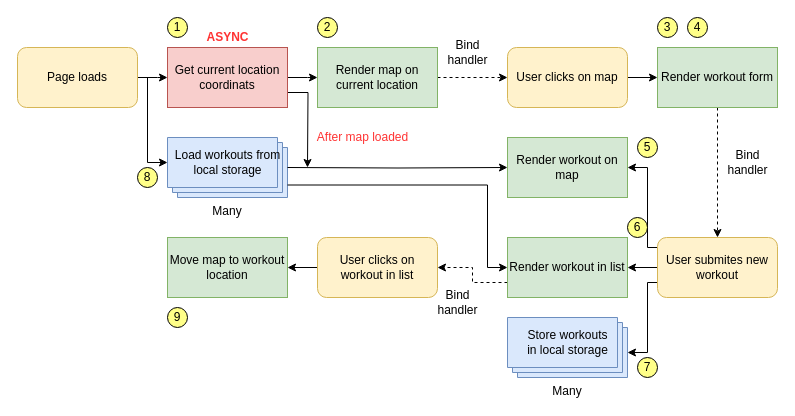
The draw.io diagram 15-Mapty/starter/Untitled Diagram.drawio in zhangji0810/complete-javascript-course, before the edit. Source tidied: cells renumbered, new cells numbered last; positions are measured from the earlier drawing's top-left corner, leaving out a move shared by most shapes. Both pictures are drawn from the tidied source at 100%, with x=0, y=0 at pixel (17, 17).
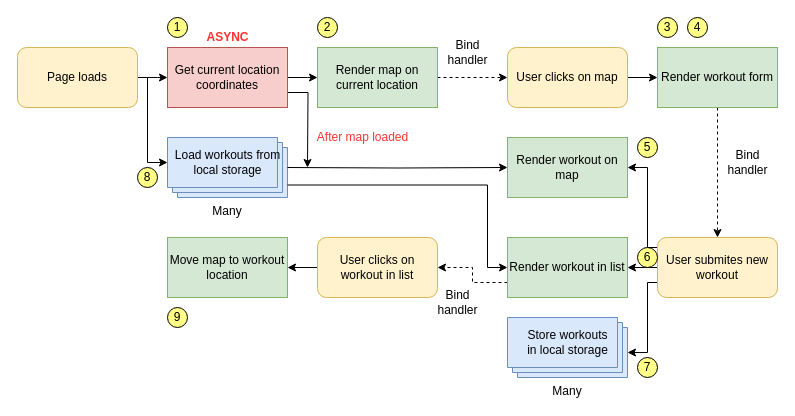
After the change.

Commit message:
finish flowchat

Change to the diagram source:
```diff
@@
-    <mxCell id="7" value="Get current location coordinats" style="rounded=0;whiteSpace=wrap;html=1;fillColor=#f8cecc;strokeColor=#b85450;" parent="1" vertex="1">
+    <mxCell id="7" value="Get current location coordinates" style="rounded=0;whiteSpace=wrap;html=1;fillColor=#f8cecc;strokeColor=#b85450;" parent="1" vertex="1">
       <mxGeometry x="150" y="30" width="120" height="60" as="geometry" />
     </mxCell>
@@
     <mxCell id="29" value="6" style="ellipse;whiteSpace=wrap;html=1;fillColor=#ffff88;" parent="1" vertex="1">
-      <mxGeometry x="610" y="200" width="20" height="20" as="geometry" />
+      <mxGeometry x="620" y="230" width="20" height="20" as="geometry" />
     </mxCell>
```
